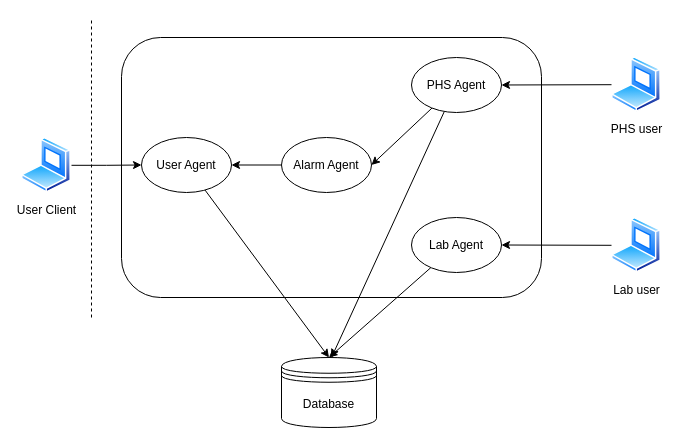
Earlier version of the draw.io diagram System Architecture.drawio (AceOfSpadeszzz/SENG696). Source tidied: cells renumbered, new cells numbered last; positions are measured from the earlier drawing's top-left corner, leaving out a move shared by most shapes. Both pictures are drawn from the tidied source at 100%, with x=0, y=0 at pixel (21, 17).
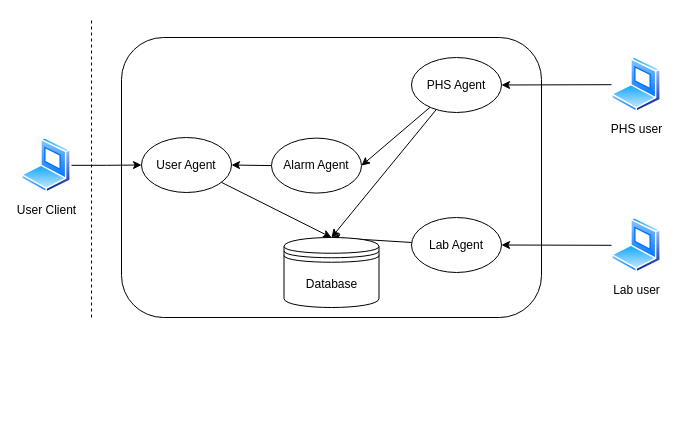
After the change.

The change refers to these unchanged cells:
```xml
<mxCell id="10" value="PHS Agent" style="ellipse;whiteSpace=wrap;html=1;" parent="1" vertex="1">
  <mxGeometry x="390" y="40" width="90" height="55" as="geometry" />
</mxCell>
```

What changed in the source:
```diff
@@
     <mxCell id="2" style="rounded=1;whiteSpace=wrap;html=1;" parent="1" vertex="1">
-      <mxGeometry x="100" y="20" width="420" height="260" as="geometry" />
+      <mxGeometry x="100" y="20" width="420" height="280" as="geometry" />
     </mxCell>
@@
-    <mxCell id="9" style="edgeStyle=none;rounded=0;jettySize=auto;html=1;" parent="1" edge="1" source="10">
-      <mxGeometry relative="1" as="geometry">
-        <mxPoint x="310" y="340" as="targetPoint" />
-      </mxGeometry>
+    <mxCell id="9" style="edgeStyle=none;rounded=0;jettySize=auto;html=1;entryX=0.5;entryY=0;entryDx=0;entryDy=0;" parent="1" edge="1" source="10" target="15">
+      <mxGeometry relative="1" as="geometry" />
     </mxCell>
@@
     <mxCell id="14" value="Alarm Agent" style="ellipse;whiteSpace=wrap;html=1;" parent="1" vertex="1">
-      <mxGeometry x="260" y="120" width="90" height="55" as="geometry" />
+      <mxGeometry x="250" y="120.6" width="90" height="55" as="geometry" />
     </mxCell>
     <mxCell id="15" value="Database" style="shape=datastore;whiteSpace=wrap;html=1;" parent="1" vertex="1">
-      <mxGeometry x="260" y="340" width="95" height="70" as="geometry" />
+      <mxGeometry x="262.5" y="220" width="95" height="70" as="geometry" />
     </mxCell>
```
